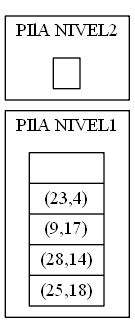
Above: PilaScore.png in Eduardo01004/-EDD-_1S2019_P1_201612124 (Graphviz), before the change. Its source is kept beside it as PilaScore.dot. The source it was exported from:
```dot
digraph G{ rankdir=LR;
node [shape= record, width=.1,height=.1];
 subgraph cluster1{
label="PIlA NIVEL1";
nodeTable [label = " |(23,4)|(9,17)|(28,14)|(25,18)"];
}
 subgraph cluster2{
label="PIlA NIVEL2";
nodeTable2 [label = " "];
}
}
```
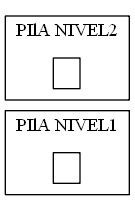
After the change.

The edit, as a diff of the source:
```diff
@@ -2,7 +2,7 @@
 node [shape= record, width=.1,height=.1];
  subgraph cluster1{
 label="PIlA NIVEL1";
-nodeTable [label = " |(23,4)|(9,17)|(28,14)|(25,18)"];
+nodeTable [label = " "];
 }
  subgraph cluster2{
 label="PIlA NIVEL2";
```
